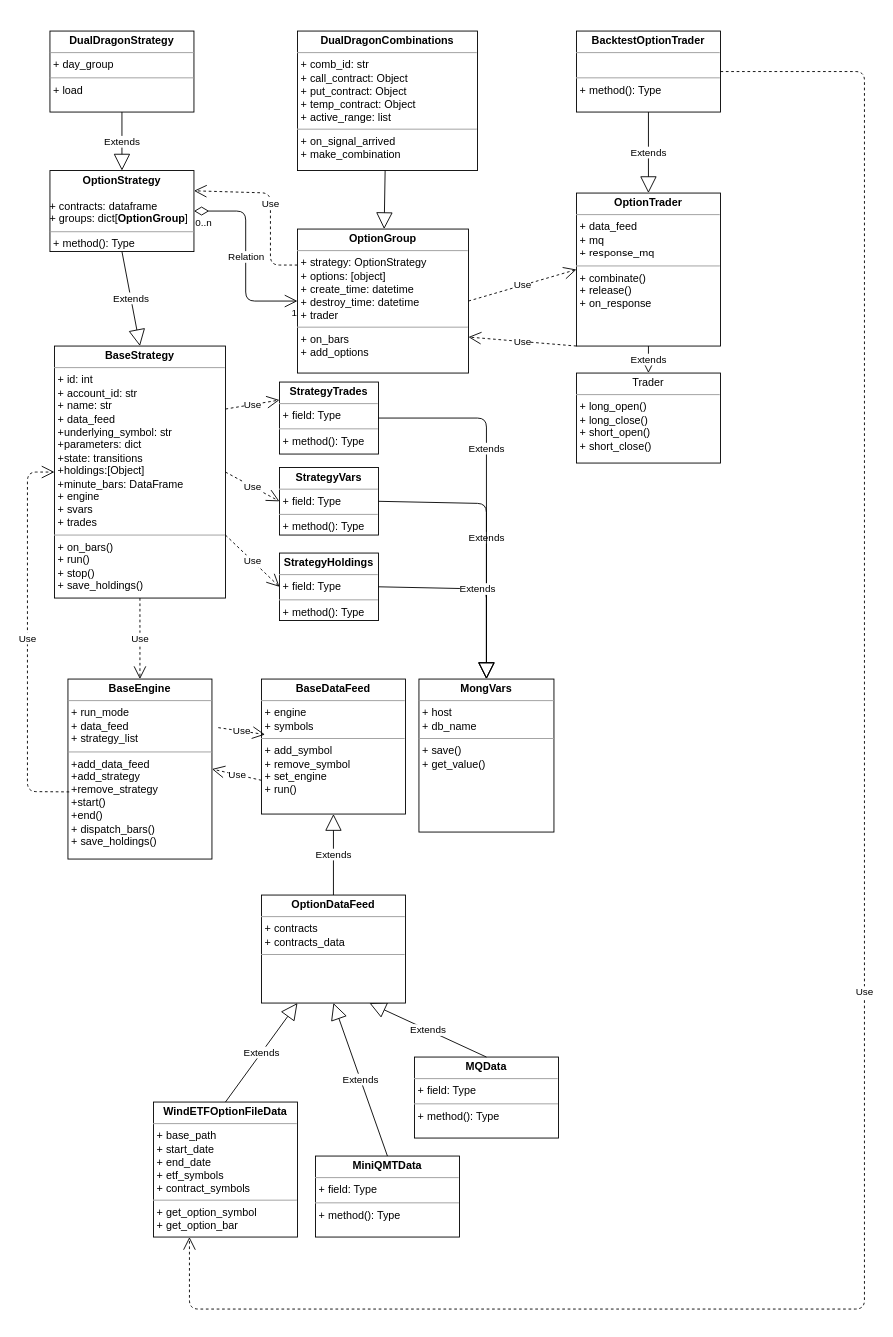
pentcn/oquant keeps this draw.io diagram as page "第 1 页" (1 of 2) of arch.drawio. Above is the earlier version. Source tidied: cells renumbered, new cells numbered last; positions are measured from the earlier drawing's top-left corner, leaving out a move shared by most shapes. Both pictures are drawn from the tidied source at 90%, with x=0, y=0 at pixel (27, 31).
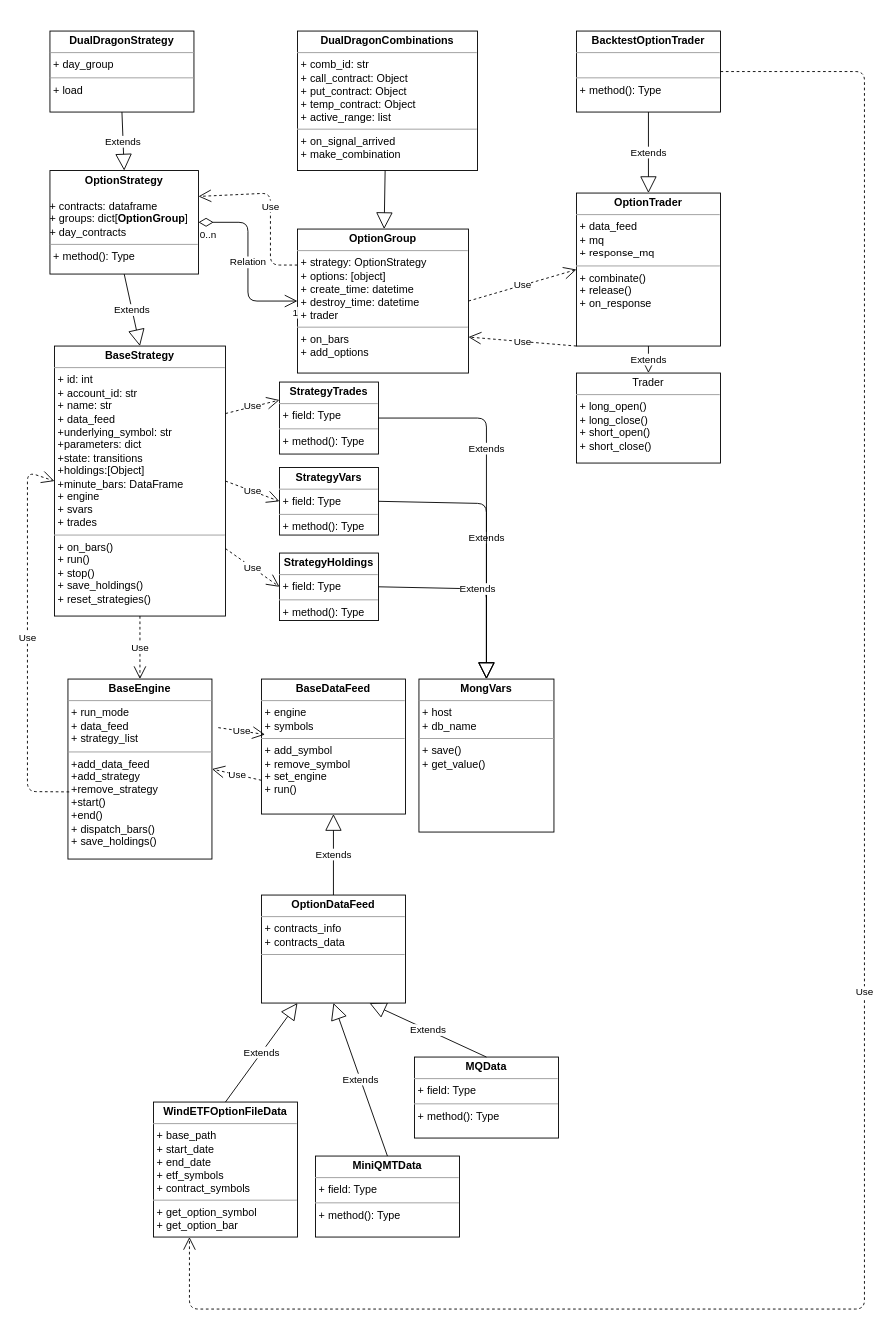
The same diagram, later.

Change to the diagram source:
```diff
@@
-    <mxCell id="2" value="&lt;p style=&quot;margin:0px;margin-top:4px;text-align:center;&quot;&gt;&lt;b&gt;BaseStrategy&lt;/b&gt;&lt;/p&gt;&lt;hr size=&quot;1&quot;&gt;&lt;p style=&quot;margin:0px;margin-left:4px;&quot;&gt;+ id: int&lt;/p&gt;&lt;p style=&quot;margin:0px;margin-left:4px;&quot;&gt;+&amp;nbsp;account_id: str&lt;br&gt;+ name: str&lt;/p&gt;&lt;p style=&quot;margin:0px;margin-left:4px;&quot;&gt;+ data_feed&lt;br&gt;+underlying_symbol: str&lt;br&gt;&lt;span style=&quot;background-color: initial;&quot;&gt;+parameters: dict&lt;/span&gt;&lt;br&gt;&lt;/p&gt;&lt;p style=&quot;margin:0px;margin-left:4px;&quot;&gt;+state: transitions&lt;br&gt;+holdings:[Object]&lt;br&gt;+minute_bars: DataFrame&lt;/p&gt;&lt;p style=&quot;margin:0px;margin-left:4px;&quot;&gt;+ engine&lt;/p&gt;&lt;p style=&quot;margin:0px;margin-left:4px;&quot;&gt;+ svars&lt;br&gt;+ trades&lt;/p&gt;&lt;hr size=&quot;1&quot;&gt;&lt;p style=&quot;margin:0px;margin-left:4px;&quot;&gt;&lt;span style=&quot;background-color: initial;&quot;&gt;+ on_bars()&lt;/span&gt;&lt;br&gt;&lt;/p&gt;&lt;p style=&quot;margin:0px;margin-left:4px;&quot;&gt;+ run()&lt;/p&gt;&lt;p style=&quot;margin:0px;margin-left:4px;&quot;&gt;+ stop()&lt;/p&gt;&lt;p style=&quot;margin:0px;margin-left:4px;&quot;&gt;+ save_holdings()&lt;/p&gt;&lt;p style=&quot;margin:0px;margin-left:4px;&quot;&gt;&lt;br&gt;&lt;/p&gt;" style="verticalAlign=top;align=left;overflow=fill;fontSize=12;fontFamily=Helvetica;html=1;" parent="1" vertex="1">
-      <mxGeometry x="30" y="350" width="190" height="280" as="geometry" />
+    <mxCell id="2" value="&lt;p style=&quot;margin:0px;margin-top:4px;text-align:center;&quot;&gt;&lt;b&gt;BaseStrategy&lt;/b&gt;&lt;/p&gt;&lt;hr size=&quot;1&quot;&gt;&lt;p style=&quot;margin:0px;margin-left:4px;&quot;&gt;+ id: int&lt;/p&gt;&lt;p style=&quot;margin:0px;margin-left:4px;&quot;&gt;+&amp;nbsp;account_id: str&lt;br&gt;+ name: str&lt;/p&gt;&lt;p style=&quot;margin:0px;margin-left:4px;&quot;&gt;+ data_feed&lt;br&gt;+underlying_symbol: str&lt;br&gt;&lt;span style=&quot;background-color: initial;&quot;&gt;+parameters: dict&lt;/span&gt;&lt;br&gt;&lt;/p&gt;&lt;p style=&quot;margin:0px;margin-left:4px;&quot;&gt;+state: transitions&lt;br&gt;+holdings:[Object]&lt;br&gt;+minute_bars: DataFrame&lt;/p&gt;&lt;p style=&quot;margin:0px;margin-left:4px;&quot;&gt;+ engine&lt;/p&gt;&lt;p style=&quot;margin:0px;margin-left:4px;&quot;&gt;+ svars&lt;br&gt;+ trades&lt;/p&gt;&lt;hr size=&quot;1&quot;&gt;&lt;p style=&quot;margin:0px;margin-left:4px;&quot;&gt;&lt;span style=&quot;background-color: initial;&quot;&gt;+ on_bars()&lt;/span&gt;&lt;br&gt;&lt;/p&gt;&lt;p style=&quot;margin:0px;margin-left:4px;&quot;&gt;+ run()&lt;/p&gt;&lt;p style=&quot;margin:0px;margin-left:4px;&quot;&gt;+ stop()&lt;/p&gt;&lt;p style=&quot;margin:0px;margin-left:4px;&quot;&gt;+ save_holdings()&lt;/p&gt;&lt;p style=&quot;margin:0px;margin-left:4px;&quot;&gt;+ reset_strategies()&lt;/p&gt;" style="verticalAlign=top;align=left;overflow=fill;fontSize=12;fontFamily=Helvetica;html=1;" parent="1" vertex="1">
+      <mxGeometry x="30" y="350" width="190" height="300" as="geometry" />
     </mxCell>
@@
-    <mxCell id="25" value="&lt;p style=&quot;margin:0px;margin-top:4px;text-align:center;&quot;&gt;&lt;b&gt;OptionStrategy&lt;/b&gt;&lt;/p&gt;&lt;p style=&quot;margin:0px;margin-left:4px;&quot;&gt;&lt;br&gt;&lt;/p&gt;+ contracts: dataframe&lt;br&gt;+ groups: dict[&lt;b style=&quot;text-align: center;&quot;&gt;OptionGroup&lt;/b&gt;]&lt;br&gt;&lt;hr size=&quot;1&quot;&gt;&lt;p style=&quot;margin:0px;margin-left:4px;&quot;&gt;+ method(): Type&lt;/p&gt;" style="verticalAlign=top;align=left;overflow=fill;fontSize=12;fontFamily=Helvetica;html=1;" parent="1" vertex="1">
-      <mxGeometry x="25" y="155" width="160" height="90" as="geometry" />
+    <mxCell id="25" value="&lt;p style=&quot;margin:0px;margin-top:4px;text-align:center;&quot;&gt;&lt;b&gt;OptionStrategy&lt;/b&gt;&lt;/p&gt;&lt;p style=&quot;margin:0px;margin-left:4px;&quot;&gt;&lt;br&gt;&lt;/p&gt;+ contracts: dataframe&lt;br&gt;+ groups: dict[&lt;b style=&quot;text-align: center;&quot;&gt;OptionGroup&lt;/b&gt;]&lt;br&gt;+&amp;nbsp;day_contracts&lt;br&gt;&lt;hr size=&quot;1&quot;&gt;&lt;p style=&quot;margin:0px;margin-left:4px;&quot;&gt;+ method(): Type&lt;/p&gt;" style="verticalAlign=top;align=left;overflow=fill;fontSize=12;fontFamily=Helvetica;html=1;" parent="1" vertex="1">
+      <mxGeometry x="25" y="155" width="165" height="115" as="geometry" />
     </mxCell>
@@
-    <mxCell id="29" value="&lt;p style=&quot;margin:0px;margin-top:4px;text-align:center;&quot;&gt;&lt;b&gt;OptionDataFeed&lt;/b&gt;&lt;/p&gt;&lt;hr size=&quot;1&quot;&gt;&lt;p style=&quot;margin:0px;margin-left:4px;&quot;&gt;+ contracts&lt;br&gt;+ contracts_data&lt;/p&gt;&lt;hr size=&quot;1&quot;&gt;&lt;p style=&quot;margin:0px;margin-left:4px;&quot;&gt;&lt;br&gt;&lt;/p&gt;" style="verticalAlign=top;align=left;overflow=fill;fontSize=12;fontFamily=Helvetica;html=1;" parent="1" vertex="1">
+    <mxCell id="29" value="&lt;p style=&quot;margin:0px;margin-top:4px;text-align:center;&quot;&gt;&lt;b&gt;OptionDataFeed&lt;/b&gt;&lt;/p&gt;&lt;hr size=&quot;1&quot;&gt;&lt;p style=&quot;margin:0px;margin-left:4px;&quot;&gt;+ contracts_info&lt;br&gt;+ contracts_data&lt;/p&gt;&lt;hr size=&quot;1&quot;&gt;&lt;p style=&quot;margin:0px;margin-left:4px;&quot;&gt;&lt;br&gt;&lt;/p&gt;" style="verticalAlign=top;align=left;overflow=fill;fontSize=12;fontFamily=Helvetica;html=1;" parent="1" vertex="1">
       <mxGeometry x="260" y="960" width="160" height="120" as="geometry" />
     </mxCell>
```
